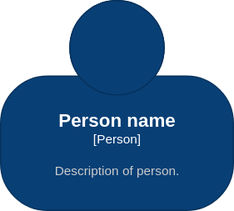
Earlier version of the draw.io export 2-level.svg (brbernardo/puc-tcc). Source tidied: cells renumbered, new cells last; positions are measured from the earlier drawing's top-left corner, leaving out a move shared by most shapes.
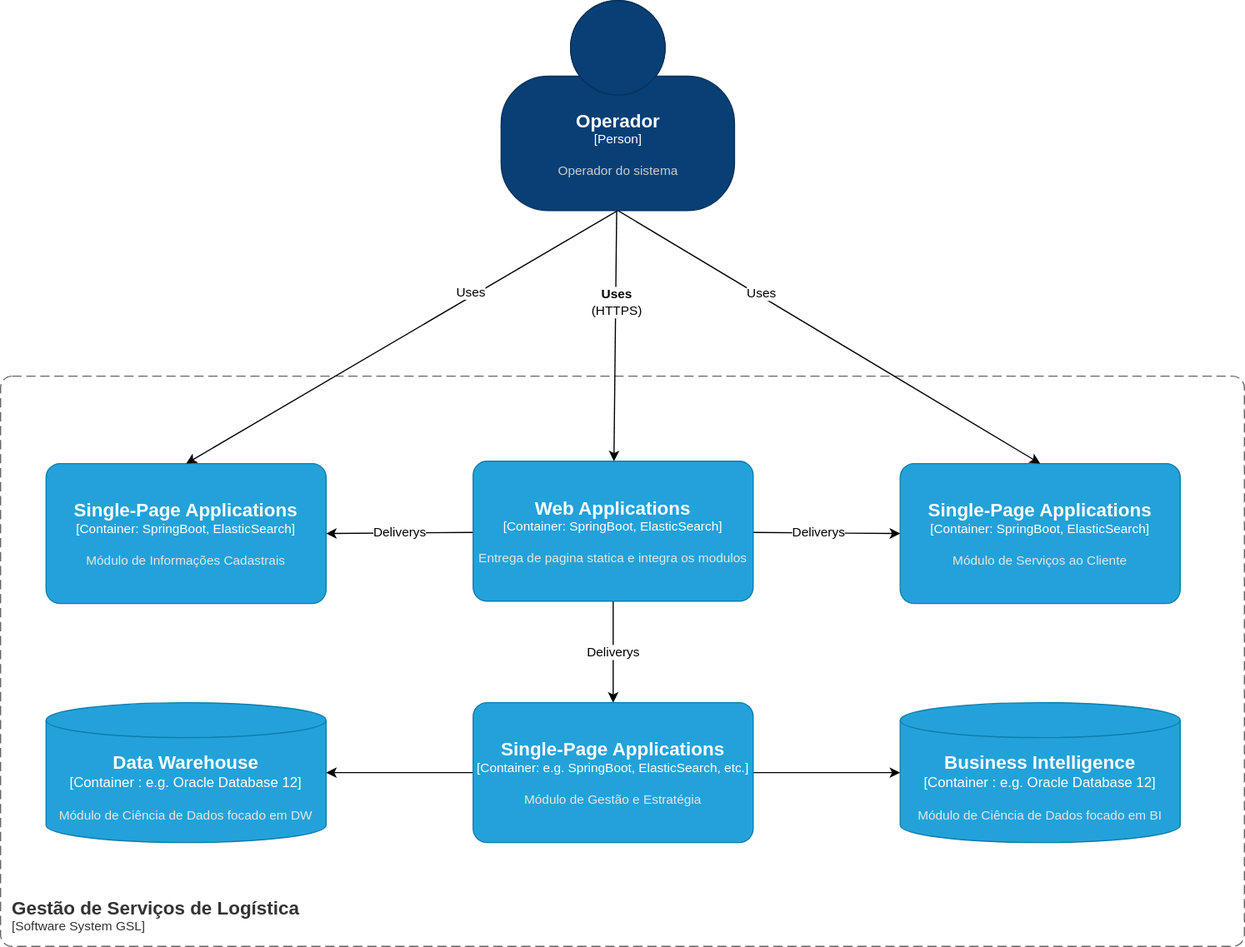
After the commit.

Change to the diagram source:
```diff
@@ -2,10 +2,94 @@
   <root>
     <mxCell id="0" />
     <mxCell id="1" parent="0" />
+    <object id="3" label="&lt;font style=&quot;font-size: 16px&quot;&gt;&lt;b&gt;%c4Name%&lt;/b&gt;&lt;/font&gt;&lt;div&gt;[%c4Type%: %c4Technology%]&lt;/div&gt;&lt;br&gt;&lt;div&gt;&lt;font style=&quot;font-size: 11px&quot;&gt;&lt;font color=&quot;#E6E6E6&quot;&gt;%c4Description%&lt;/font&gt;&lt;/div&gt;" c4Description="Módulo de Informações Cadastrais" c4Name="Single-Page Applications" c4Technology="SpringBoot, ElasticSearch" c4Type="Container" placeholders="1">
+      <mxCell style="rounded=1;whiteSpace=wrap;html=1;fontSize=11;labelBackgroundColor=none;fillColor=#23A2D9;fontColor=#ffffff;align=center;arcSize=10;strokeColor=#0E7DAD;points=[[0.25,0,0],[0.5,0,0],[0.75,0,0],[1,0.25,0],[1,0.5,0],[1,0.75,0],[0.75,1,0],[0.5,1,0],[0.25,1,0],[0,0.75,0],[0,0.5,0],[0,0.25,0]];" parent="1" vertex="1">
+        <mxGeometry x="-390" y="397" width="240" height="120" as="geometry" />
+      </mxCell>
+    </object>
+    <object id="4" label="&lt;font style=&quot;font-size: 16px&quot;&gt;&lt;b&gt;%c4Name%&lt;/b&gt;&lt;/font&gt;&lt;div&gt;[%c4Type%: %c4Technology%]&lt;/div&gt;&lt;br&gt;&lt;div&gt;&lt;font style=&quot;font-size: 11px&quot;&gt;&lt;font color=&quot;#E6E6E6&quot;&gt;%c4Description%&lt;/font&gt;&lt;/div&gt;" c4Description="Módulo de Serviços ao Cliente" c4Name="Single-Page Applications" c4Technology="SpringBoot, ElasticSearch" c4Type="Container" placeholders="1">
+      <mxCell style="rounded=1;whiteSpace=wrap;html=1;fontSize=11;labelBackgroundColor=none;fillColor=#23A2D9;fontColor=#ffffff;align=center;arcSize=10;strokeColor=#0E7DAD;points=[[0.25,0,0],[0.5,0,0],[0.75,0,0],[1,0.25,0],[1,0.5,0],[1,0.75,0],[0.75,1,0],[0.5,1,0],[0.25,1,0],[0,0.75,0],[0,0.5,0],[0,0.25,0]];" parent="1" vertex="1">
+        <mxGeometry x="342" y="397" width="240" height="120" as="geometry" />
+      </mxCell>
+    </object>
+    <mxCell id="5" value="Deliverys" style="edgeStyle=none;rounded=0;jettySize=auto;html=1;entryX=1;entryY=0.5;entryDx=0;entryDy=0;entryPerimeter=0;" parent="1" edge="1" source="9" target="3">
+      <mxGeometry relative="1" as="geometry" />
+    </mxCell>
+    <mxCell id="6" style="edgeStyle=none;rounded=0;jettySize=auto;html=1;entryX=0;entryY=0.5;entryDx=0;entryDy=0;entryPerimeter=0;" parent="1" edge="1" source="9" target="4">
+      <mxGeometry relative="1" as="geometry" />
+    </mxCell>
+    <mxCell id="7" value="Deliverys" style="edgeLabel;html=1;align=center;verticalAlign=middle;" parent="6" vertex="1">
+      <mxGeometry x="-0.11" y="-2" relative="1" as="geometry">
+        <mxPoint y="-3" as="offset" />
+      </mxGeometry>
+    </mxCell>
+    <mxCell id="8" value="Deliverys" style="edgeStyle=none;rounded=0;jettySize=auto;html=1;" parent="1" edge="1" source="9" target="22">
+      <mxGeometry relative="1" as="geometry" />
+    </mxCell>
+    <object id="9" label="&lt;font style=&quot;font-size: 16px&quot;&gt;&lt;b&gt;%c4Name%&lt;/b&gt;&lt;/font&gt;&lt;div&gt;[%c4Type%: %c4Technology%]&lt;/div&gt;&lt;br&gt;&lt;div&gt;&lt;font style=&quot;font-size: 11px&quot;&gt;&lt;font color=&quot;#E6E6E6&quot;&gt;%c4Description%&lt;/font&gt;&lt;/div&gt;" c4Description="Entrega de pagina statica e integra os modulos" c4Name="Web Applications" c4Technology="SpringBoot, ElasticSearch" c4Type="Container" placeholders="1">
+      <mxCell style="rounded=1;whiteSpace=wrap;html=1;fontSize=11;labelBackgroundColor=none;fillColor=#23A2D9;fontColor=#ffffff;align=center;arcSize=10;strokeColor=#0E7DAD;points=[[0.25,0,0],[0.5,0,0],[0.75,0,0],[1,0.25,0],[1,0.5,0],[1,0.75,0],[0.75,1,0],[0.5,1,0],[0.25,1,0],[0,0.75,0],[0,0.5,0],[0,0.25,0]];" parent="1" vertex="1">
+        <mxGeometry x="-24" y="395" width="240" height="120" as="geometry" />
+      </mxCell>
+    </object>
+    <object id="10" label="&lt;font style=&quot;font-size: 16px&quot;&gt;&lt;b&gt;%c4Type%&lt;/font&gt;&lt;div&gt;[%c4Container%:&amp;nbsp;%c4Technology%]&lt;/div&gt;&lt;br&gt;&lt;div&gt;&lt;font style=&quot;font-size: 11px&quot;&gt;&lt;font color=&quot;#E6E6E6&quot;&gt;%c4Description%&lt;/font&gt;&lt;/div&gt;" c4Container="Container " c4Description="Módulo de Ciência de Dados focado em DW" c4Technology="e.g. Oracle Database 12" c4Type="Data Warehouse" placeholders="1">
+      <mxCell style="shape=cylinder3;size=15;whiteSpace=wrap;html=1;boundedLbl=1;rounded=0;labelBackgroundColor=none;fillColor=#23A2D9;fontSize=12;fontColor=#ffffff;align=center;strokeColor=#0E7DAD;points=[[0.5,0,0],[1,0.25,0],[1,0.5,0],[1,0.75,0],[0.5,1,0],[0,0.75,0],[0,0.5,0],[0,0.25,0]];" parent="1" vertex="1">
+        <mxGeometry x="-390" y="602" width="240" height="120" as="geometry" />
+      </mxCell>
+    </object>
+    <object id="11" label="&lt;font style=&quot;font-size: 16px&quot;&gt;&lt;b&gt;%c4Type%&lt;/font&gt;&lt;div&gt;[%c4Container%:&amp;nbsp;%c4Technology%]&lt;/div&gt;&lt;br&gt;&lt;div&gt;&lt;font style=&quot;font-size: 11px&quot;&gt;&lt;font color=&quot;#E6E6E6&quot;&gt;%c4Description%&lt;/font&gt;&lt;/div&gt;" c4Container="Container " c4Description="Módulo de Ciência de Dados focado em BI" c4Technology="e.g. Oracle Database 12" c4Type="Business Intelligence" placeholders="1">
+      <mxCell style="shape=cylinder3;size=15;whiteSpace=wrap;html=1;boundedLbl=1;rounded=0;labelBackgroundColor=none;fillColor=#23A2D9;fontSize=12;fontColor=#ffffff;align=center;strokeColor=#0E7DAD;points=[[0.5,0,0],[1,0.25,0],[1,0.5,0],[1,0.75,0],[0.5,1,0],[0,0.75,0],[0,0.5,0],[0,0.25,0]];" parent="1" vertex="1">
+        <mxGeometry x="342" y="602" width="240" height="120" as="geometry" />
+      </mxCell>
+    </object>
+    <object id="12" label="&lt;font style=&quot;font-size: 16px&quot;&gt;&lt;b&gt;&lt;div style=&quot;text-align: left&quot;&gt;%c4Name%&lt;/div&gt;&lt;/b&gt;&lt;/font&gt;&lt;div style=&quot;text-align: left&quot;&gt;[%c4Application%]&lt;/div&gt;" c4Application="Software System GSL" c4Name="Gestão de Serviços de Logística" c4Type="SystemScopeBoundary" placeholders="1">
+      <mxCell style="rounded=1;fontSize=11;whiteSpace=wrap;html=1;dashed=1;arcSize=20;fillColor=none;strokeColor=#666666;fontColor=#333333;labelBackgroundColor=none;align=left;verticalAlign=bottom;labelBorderColor=none;spacingTop=0;spacing=10;dashPattern=8 4;perimeter=rectanglePerimeter;noLabel=0;labelPadding=0;absoluteArcSize=1;" parent="1" vertex="1">
+        <mxGeometry x="-429" y="322" width="1066" height="489" as="geometry" />
+      </mxCell>
+    </object>
+    <mxCell id="13" style="edgeStyle=none;rounded=0;jettySize=auto;html=1;entryX=0.5;entryY=0;entryDx=0;entryDy=0;entryPerimeter=0;exitX=0.5;exitY=1;exitDx=0;exitDy=0;exitPerimeter=0;" parent="1" edge="1" source="2" target="3">
+      <mxGeometry relative="1" as="geometry" />
+    </mxCell>
+    <mxCell id="14" value="Uses" style="edgeLabel;html=1;align=center;verticalAlign=middle;" parent="13" vertex="1">
+      <mxGeometry x="-0.41" y="-2" relative="1" as="geometry">
+        <mxPoint x="-17" y="7" as="offset" />
+      </mxGeometry>
+    </mxCell>
+    <mxCell id="15" style="edgeStyle=none;rounded=0;jettySize=auto;html=1;" parent="1" edge="1" source="2" target="9">
+      <mxGeometry relative="1" as="geometry" />
+    </mxCell>
+    <mxCell id="16" value="&lt;b&gt;Uses&lt;/b&gt;&lt;br&gt;(HTTPS)" style="edgeLabel;html=1;align=center;verticalAlign=middle;" parent="15" vertex="1">
+      <mxGeometry x="-0.26" y="4" relative="1" as="geometry">
+        <mxPoint x="-4" y="-2" as="offset" />
+      </mxGeometry>
+    </mxCell>
+    <mxCell id="17" style="edgeStyle=none;rounded=0;jettySize=auto;html=1;entryX=0.5;entryY=0;entryDx=0;entryDy=0;entryPerimeter=0;exitX=0.5;exitY=1;exitDx=0;exitDy=0;exitPerimeter=0;" parent="1" edge="1" source="2" target="4">
+      <mxGeometry relative="1" as="geometry" />
+    </mxCell>
+    <mxCell id="18" value="&lt;span style=&quot;color: rgba(0 , 0 , 0 , 0) ; font-family: monospace ; font-size: 0px&quot;&gt;%3CmxGraphModel%3E%3Croot%3E%3CmxCell%20id%3D%220%22%2F%3E%3CmxCell%20id%3D%221%22%20parent%3D%220%22%2F%3E%3CmxCell%20id%3D%222%22%20value%3D%22Uses%22%20style%3D%22edgeLabel%3Bhtml%3D1%3Balign%3Dcenter%3BverticalAlign%3Dmiddle%3Bresizable%3D0%3Bpoints%3D%5B%5D%3B%22%20vertex%3D%221%22%20connectable%3D%220%22%20parent%3D%221%22%3E%3CmxGeometry%20x%3D%22173.637838506055%22%20y%3D%22303.2634574764867%22%20as%3D%22geometry%22%2F%3E%3C%2FmxCell%3E%3C%2Froot%3E%3C%2FmxGraphModel%3Use&lt;/span&gt;" style="edgeLabel;html=1;align=center;verticalAlign=middle;" parent="17" vertex="1">
+      <mxGeometry x="-0.31" y="2" relative="1" as="geometry">
+        <mxPoint x="-1" as="offset" />
+      </mxGeometry>
+    </mxCell>
+    <mxCell id="19" value="Uses" style="edgeLabel;html=1;align=center;verticalAlign=middle;" parent="17" vertex="1">
+      <mxGeometry x="-0.33" y="3" relative="1" as="geometry">
+        <mxPoint x="-1" as="offset" />
+      </mxGeometry>
+    </mxCell>
-    <object id="2" label="&lt;font style=&quot;font-size: 16px&quot;&gt;&lt;b&gt;%c4Name%&lt;/b&gt;&lt;/font&gt;&lt;div&gt;[%c4Type%]&lt;/div&gt;&lt;br&gt;&lt;div&gt;&lt;font style=&quot;font-size: 11px&quot;&gt;&lt;font color=&quot;#cccccc&quot;&gt;%c4Description%&lt;/font&gt;&lt;/div&gt;" c4Description="Description of person." c4Name="Person name" c4Type="Person" placeholders="1">
+    <object id="2" label="&lt;font style=&quot;font-size: 16px&quot;&gt;&lt;b&gt;%c4Name%&lt;/b&gt;&lt;/font&gt;&lt;div&gt;[%c4Type%]&lt;/div&gt;&lt;br&gt;&lt;div&gt;&lt;font style=&quot;font-size: 11px&quot;&gt;&lt;font color=&quot;#cccccc&quot;&gt;%c4Description%&lt;/font&gt;&lt;/div&gt;" c4Description="Operador do sistema" c4Name="Operador" c4Type="Person" placeholders="1">
       <mxCell style="html=1;fontSize=11;dashed=0;whitespace=wrap;fillColor=#083F75;strokeColor=#06315C;fontColor=#ffffff;shape=mxgraph.c4.person2;align=center;points=[[0.5,0,0],[1,0.5,0],[1,0.75,0],[0.75,1,0],[0.5,1,0],[0.25,1,0],[0,0.75,0],[0,0.5,0]];" parent="1" vertex="1">
         <mxGeometry width="200" height="180" as="geometry" />
       </mxCell>
     </object>
+    <mxCell id="20" style="edgeStyle=none;rounded=0;jettySize=auto;html=1;entryX=1;entryY=0.5;entryDx=0;entryDy=0;entryPerimeter=0;" parent="1" edge="1" source="22" target="10">
+      <mxGeometry relative="1" as="geometry" />
+    </mxCell>
+    <mxCell id="21" style="edgeStyle=none;rounded=0;jettySize=auto;html=1;" parent="1" edge="1" source="22" target="11">
+      <mxGeometry relative="1" as="geometry" />
+    </mxCell>
+    <object id="22" label="&lt;font style=&quot;font-size: 16px&quot;&gt;&lt;b&gt;%c4Name%&lt;/b&gt;&lt;/font&gt;&lt;div&gt;[%c4Type%: %c4Technology%]&lt;/div&gt;&lt;br&gt;&lt;div&gt;&lt;font style=&quot;font-size: 11px&quot;&gt;&lt;font color=&quot;#E6E6E6&quot;&gt;%c4Description%&lt;/font&gt;&lt;/div&gt;" c4Description="Módulo de Gestão e Estratégia" c4Name="Single-Page Applications" c4Technology="e.g. SpringBoot, ElasticSearch, etc." c4Type="Container" placeholders="1">
+      <mxCell style="rounded=1;whiteSpace=wrap;html=1;fontSize=11;labelBackgroundColor=none;fillColor=#23A2D9;fontColor=#ffffff;align=center;arcSize=10;strokeColor=#0E7DAD;points=[[0.25,0,0],[0.5,0,0],[0.75,0,0],[1,0.25,0],[1,0.5,0],[1,0.75,0],[0.75,1,0],[0.5,1,0],[0.25,1,0],[0,0.75,0],[0,0.5,0],[0,0.25,0]];" parent="1" vertex="1">
+        <mxGeometry x="-24" y="602" width="240" height="120" as="geometry" />
+      </mxCell>
+    </object>
   </root>
 </mxGraphModel>
```
